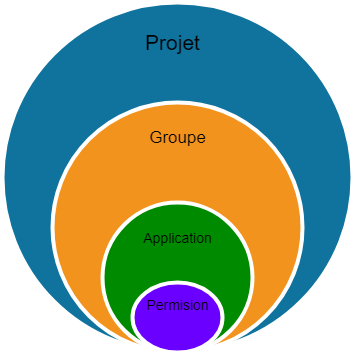
The draw.io diagram request-2.png in melak-cmd/diagrams, before a commit. Source tidied: cells renumbered, new cells last; positions are measured from the earlier drawing's top-left corner, leaving out a move shared by most shapes.
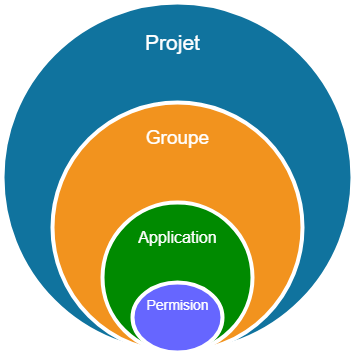
Later version of the same file.

Diff of the diagram source:
```diff
@@ -11,19 +11,19 @@
     <mxCell id="4" style="ellipse;html=1;strokeWidth=4;shadow=0;fontSize=10;fontColor=#ffffff;align=center;fontStyle=0;whiteSpace=wrap;spacing=10;fillColor=#008a00;strokeColor=#FFFFFF;" parent="1" vertex="1">
       <mxGeometry x="100" y="200" width="150" height="150" as="geometry" />
     </mxCell>
-    <mxCell id="5" style="ellipse;html=1;strokeWidth=4;fillColor=#6a00ff;shadow=0;fontSize=10;fontColor=#ffffff;align=center;fontStyle=0;whiteSpace=wrap;spacing=10;strokeColor=#FFFFFF;" parent="1" vertex="1">
+    <mxCell id="5" style="ellipse;html=1;strokeWidth=4;shadow=0;fontSize=10;fontColor=#ffffff;align=center;fontStyle=0;whiteSpace=wrap;spacing=10;strokeColor=#FFFFFF;fillColor=#6666FF;" parent="1" vertex="1">
       <mxGeometry x="130" y="280" width="90" height="70" as="geometry" />
     </mxCell>
-    <mxCell id="6" value="Projet" style="text;html=1;align=center;verticalAlign=middle;fillColor=none;strokeColor=none;rounded=0;fontSize=21;" parent="1" vertex="1">
+    <mxCell id="6" value="Projet" style="text;html=1;align=center;verticalAlign=middle;fillColor=none;strokeColor=none;rounded=0;fontSize=21;fontColor=#FFFFFF;" parent="1" vertex="1">
       <mxGeometry x="135" y="25" width="70" height="30" as="geometry" />
     </mxCell>
-    <mxCell id="7" value="Groupe" style="text;html=1;align=center;verticalAlign=middle;fillColor=none;strokeColor=none;rounded=0;fontSize=17;" parent="1" vertex="1">
-      <mxGeometry x="140" y="120" width="70" height="30" as="geometry" />
+    <mxCell id="7" value="Groupe" style="text;html=1;align=center;verticalAlign=middle;fillColor=none;strokeColor=none;rounded=0;fontSize=19;fontColor=#ffffff;" parent="1" vertex="1">
+      <mxGeometry x="135" y="120" width="80" height="30" as="geometry" />
     </mxCell>
-    <mxCell id="8" value="Application" style="text;html=1;align=center;verticalAlign=middle;fillColor=none;strokeColor=none;rounded=0;fontSize=14;" parent="1" vertex="1">
-      <mxGeometry x="135" y="225" width="80" height="20" as="geometry" />
+    <mxCell id="8" value="Application" style="text;html=1;align=center;verticalAlign=middle;fillColor=none;strokeColor=none;rounded=0;fontSize=16;fontColor=#ffffff;" parent="1" vertex="1">
+      <mxGeometry x="130" y="225" width="90" height="20" as="geometry" />
     </mxCell>
-    <mxCell id="9" value="Permision" style="text;html=1;align=center;verticalAlign=middle;fillColor=none;strokeColor=none;rounded=0;fontSize=14;" parent="1" vertex="1">
+    <mxCell id="9" value="Permision" style="text;html=1;align=center;verticalAlign=middle;fillColor=none;strokeColor=none;rounded=0;fontSize=14;fontColor=#FFFFFF;" parent="1" vertex="1">
       <mxGeometry x="135" y="292" width="80" height="20" as="geometry" />
     </mxCell>
   </root>
```
